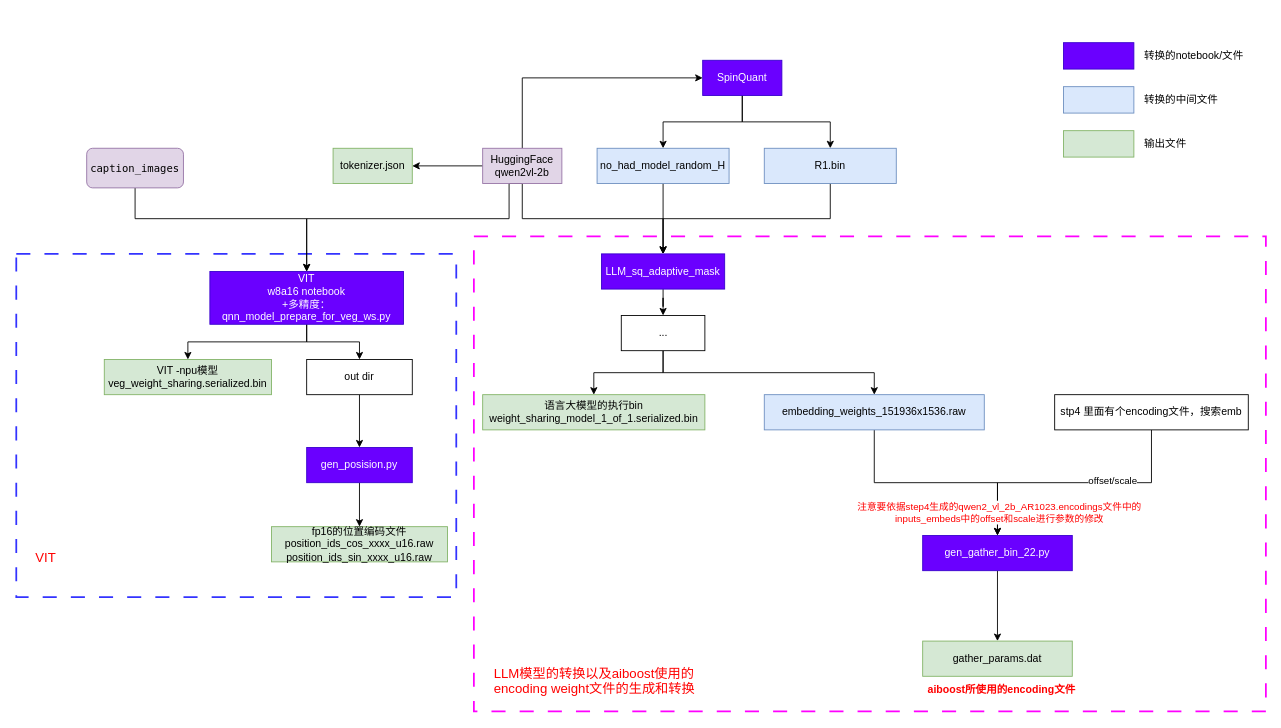
The draw.io diagram LLM/mllm_hexagon_npu_convert.drawio in mailonghua/drawio, before the edit. Source tidied: cells renumbered, new cells numbered last; positions are measured from the earlier drawing's top-left corner, leaving out a move shared by most shapes. Both pictures are drawn from the tidied source at 88%, with x=0, y=0 at pixel (16, 42).
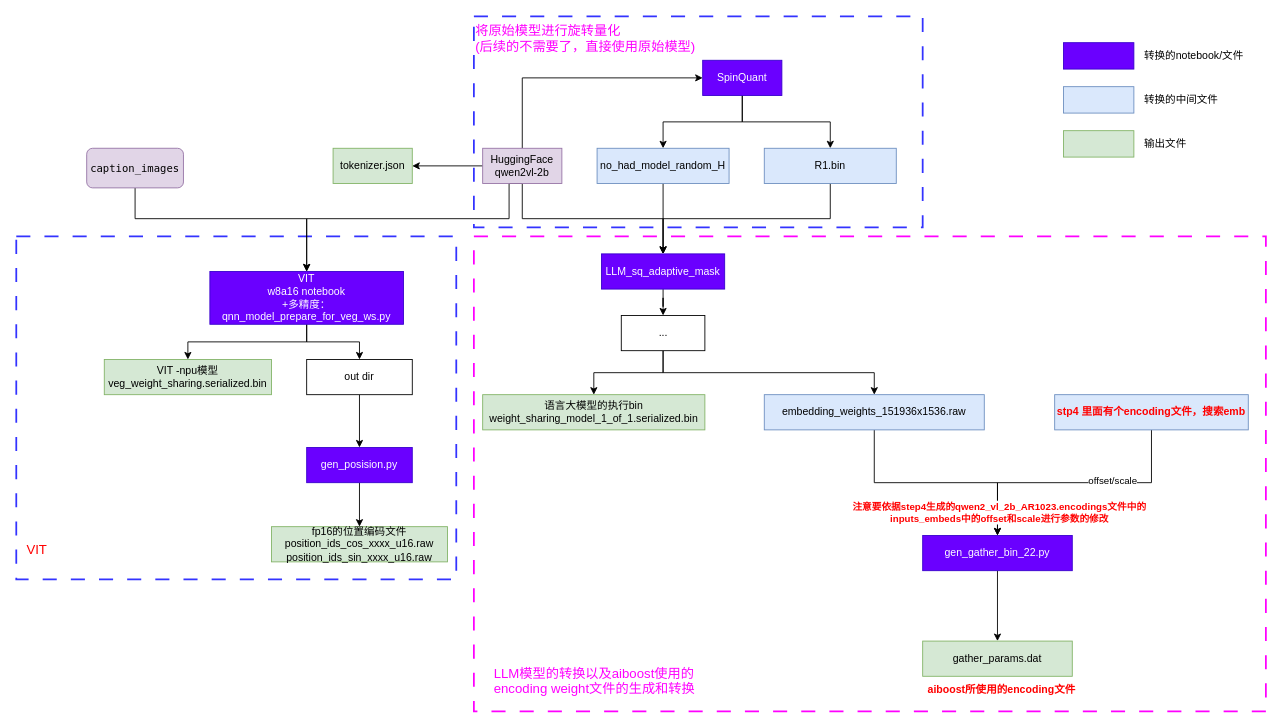
The same diagram, later.

Unchanged cells that the change refers to:
```xml
<mxCell id="38" style="edgeStyle=orthogonalEdgeStyle;rounded=0;jettySize=auto;html=1;entryX=0.5;entryY=0;entryDx=0;entryDy=0;" parent="1" edge="1" source="41" target="37">
  <mxGeometry relative="1" as="geometry" />
</mxCell>
```

Change to the diagram source:
```diff
@@
     <mxCell id="2" style="rounded=0;whiteSpace=wrap;html=1;dashed=1;dashPattern=8 8;strokeWidth=2;strokeColor=#3333FF;fillColor=none;" parent="1" vertex="1">
-      <mxGeometry y="240" width="500" height="390" as="geometry" />
+      <mxGeometry y="220" width="500" height="390" as="geometry" />
     </mxCell>
@@
-    <mxCell id="40" value="注意要依据step4生成的qwen2_vl_2b_AR1023.encodings文件中的&lt;br&gt;inputs_embeds中的offset和scale进行参数的修改" style="edgeLabel;html=1;align=center;verticalAlign=middle;fontColor=#FF0000;" parent="38" vertex="1">
+    <mxCell id="40" value="注意要依据step4生成的qwen2_vl_2b_AR1023.encodings文件中的&lt;br&gt;inputs_embeds中的offset和scale进行参数的修改" style="edgeLabel;html=1;align=center;verticalAlign=middle;fontColor=#FF0000;fontStyle=1;" parent="38" vertex="1">
       <mxGeometry x="0.82" y="1" relative="1" as="geometry" />
     </mxCell>
-    <mxCell id="41" value="stp4 里面有个encoding文件，搜索emb" style="rounded=0;whiteSpace=wrap;html=1;" parent="1" vertex="1">
+    <mxCell id="41" value="&lt;font style=&quot;color: rgb(255, 0, 0);&quot;&gt;&lt;b&gt;stp4 里面有个encoding文件，搜索emb&lt;/b&gt;&lt;/font&gt;" style="rounded=0;whiteSpace=wrap;html=1;fillColor=#dae8fc;strokeColor=#6c8ebf;" parent="1" vertex="1">
       <mxGeometry x="1180" y="400" width="220" height="40" as="geometry" />
     </mxCell>
@@
-    <mxCell id="51" value="LLM模型的转换以及aiboost使用的encoding weight文件的生成和转换" style="text;strokeColor=none;align=left;fillColor=none;html=1;verticalAlign=middle;whiteSpace=wrap;rounded=0;fontSize=15;fontColor=#FF0000;" parent="1" vertex="1">
+    <mxCell id="51" value="LLM模型的转换以及aiboost使用的encoding weight文件的生成和转换" style="text;strokeColor=none;align=left;fillColor=none;html=1;verticalAlign=middle;whiteSpace=wrap;rounded=0;fontSize=15;fontColor=#FF00FF;" parent="1" vertex="1">
       <mxGeometry x="541.2" y="710" width="258.8" height="30" as="geometry" />
     </mxCell>
     <mxCell id="52" value="VIT" style="text;strokeColor=none;align=left;fillColor=none;html=1;verticalAlign=middle;whiteSpace=wrap;rounded=0;fontSize=15;fontColor=#FF0000;" parent="1" vertex="1">
-      <mxGeometry x="20" y="570" width="40" height="30" as="geometry" />
+      <mxGeometry x="10" y="560" width="40" height="30" as="geometry" />
     </mxCell>
+    <mxCell id="53" style="rounded=0;whiteSpace=wrap;html=1;dashed=1;dashPattern=8 8;strokeWidth=2;strokeColor=#3333FF;fillColor=none;" parent="1" vertex="1">
+      <mxGeometry x="520" y="-30" width="510" height="240" as="geometry" />
+    </mxCell>
+    <mxCell id="54" value="将原始模型进行旋转量化&lt;div&gt;(后续的不需要了，直接使用原始模型)&lt;/div&gt;" style="text;strokeColor=none;align=left;fillColor=none;html=1;verticalAlign=middle;whiteSpace=wrap;rounded=0;fontSize=15;fontColor=#FF00FF;" parent="1" vertex="1">
+      <mxGeometry x="520" y="-20" width="270" height="30" as="geometry" />
+    </mxCell>
```
